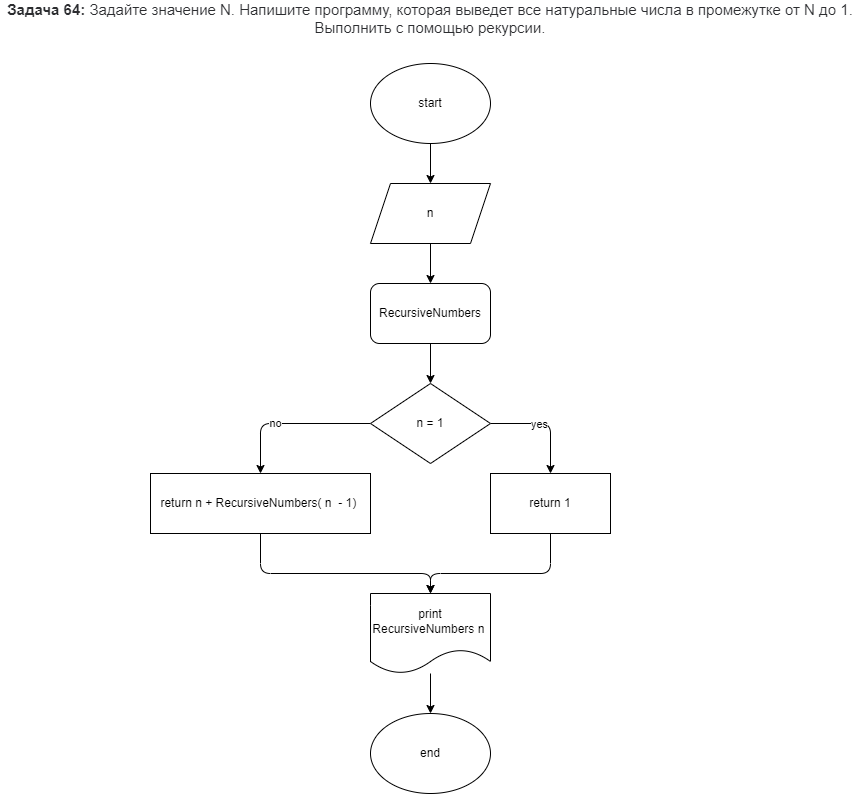
Above: Homework9/Task64/diagram.drawio.png in Matsulevich-Olga/gb_homeworks_matsulevich (draw.io), before the change. Source tidied: cells renumbered, new cells last; positions are measured from the earlier drawing's top-left corner, leaving out a move shared by most shapes. Its diagram source:
```xml
<mxGraphModel>
  <root>
    <mxCell id="0" />
    <mxCell id="1" parent="0" />
    <mxCell id="2" value="&lt;span style=&quot;box-sizing: border-box ; font-weight: 700 ; color: rgb(44 , 45 , 48) ; font-family: &amp;#34;roboto&amp;#34; , &amp;#34;san francisco&amp;#34; , &amp;#34;helvetica neue&amp;#34; , &amp;#34;helvetica&amp;#34; , &amp;#34;arial&amp;#34; ; font-size: 15px ; background-color: rgb(255 , 255 , 255)&quot;&gt;Задача 64:&lt;/span&gt;&lt;span style=&quot;color: rgb(44 , 45 , 48) ; font-family: &amp;#34;roboto&amp;#34; , &amp;#34;san francisco&amp;#34; , &amp;#34;helvetica neue&amp;#34; , &amp;#34;helvetica&amp;#34; , &amp;#34;arial&amp;#34; ; font-size: 15px ; background-color: rgb(255 , 255 , 255)&quot;&gt;&amp;nbsp;Задайте значение N. Напишите программу, которая выведет все натуральные числа в промежутке от N до 1. Выполнить с помощью рекурсии.&lt;/span&gt;" style="text;html=1;strokeColor=none;fillColor=none;align=center;verticalAlign=middle;whiteSpace=wrap;rounded=0;" parent="1" vertex="1">
      <mxGeometry width="860" height="30" as="geometry" />
    </mxCell>
    <mxCell id="3" style="edgeStyle=none;html=1;" parent="1" edge="1" source="4" target="6">
      <mxGeometry relative="1" as="geometry" />
    </mxCell>
    <mxCell id="4" value="start" style="ellipse;whiteSpace=wrap;html=1;" parent="1" vertex="1">
      <mxGeometry x="370" y="60" width="120" height="80" as="geometry" />
    </mxCell>
    <mxCell id="5" style="edgeStyle=none;html=1;" parent="1" edge="1" source="6" target="8">
      <mxGeometry relative="1" as="geometry" />
    </mxCell>
    <mxCell id="6" value="n" style="shape=parallelogram;perimeter=parallelogramPerimeter;whiteSpace=wrap;html=1;fixedSize=1;" parent="1" vertex="1">
      <mxGeometry x="370" y="180" width="120" height="60" as="geometry" />
    </mxCell>
    <mxCell id="7" style="edgeStyle=none;html=1;" parent="1" edge="1" source="8" target="13">
      <mxGeometry relative="1" as="geometry" />
    </mxCell>
    <mxCell id="8" value="RecursiveNumbers" style="rounded=1;whiteSpace=wrap;html=1;" parent="1" vertex="1">
      <mxGeometry x="370" y="280" width="120" height="60" as="geometry" />
    </mxCell>
    <mxCell id="9" style="edgeStyle=none;html=1;exitX=1;exitY=0.5;exitDx=0;exitDy=0;" parent="1" edge="1" source="13">
      <mxGeometry relative="1" as="geometry">
        <mxPoint x="550" y="470" as="targetPoint" />
        <Array as="points">
          <mxPoint x="550" y="420" />
        </Array>
      </mxGeometry>
    </mxCell>
    <mxCell id="10" value="yes" style="edgeLabel;html=1;align=center;verticalAlign=middle;" parent="9" vertex="1">
      <mxGeometry x="-0.11" relative="1" as="geometry" />
    </mxCell>
    <mxCell id="11" style="edgeStyle=none;html=1;exitX=0;exitY=0.5;exitDx=0;exitDy=0;entryX=0.5;entryY=0;entryDx=0;entryDy=0;" parent="1" edge="1" source="13" target="17">
      <mxGeometry relative="1" as="geometry">
        <Array as="points">
          <mxPoint x="260" y="420" />
        </Array>
      </mxGeometry>
    </mxCell>
    <mxCell id="12" value="no" style="edgeLabel;html=1;align=center;verticalAlign=middle;" parent="11" vertex="1">
      <mxGeometry x="0.2" y="2" relative="1" as="geometry">
        <mxPoint y="-3" as="offset" />
      </mxGeometry>
    </mxCell>
    <mxCell id="13" value="n = 1" style="rhombus;whiteSpace=wrap;html=1;" parent="1" vertex="1">
      <mxGeometry x="370" y="380" width="120" height="80" as="geometry" />
    </mxCell>
    <mxCell id="14" style="edgeStyle=none;html=1;exitX=0.5;exitY=1;exitDx=0;exitDy=0;" parent="1" edge="1" source="15">
      <mxGeometry relative="1" as="geometry">
        <mxPoint x="430" y="590" as="targetPoint" />
        <Array as="points">
          <mxPoint x="550" y="570" />
          <mxPoint x="430" y="570" />
        </Array>
      </mxGeometry>
    </mxCell>
    <mxCell id="15" value="return 1" style="rounded=0;whiteSpace=wrap;html=1;" parent="1" vertex="1">
      <mxGeometry x="490" y="470" width="120" height="60" as="geometry" />
    </mxCell>
    <mxCell id="16" style="edgeStyle=none;html=1;entryX=0.5;entryY=0;entryDx=0;entryDy=0;" parent="1" edge="1" source="17" target="19">
      <mxGeometry relative="1" as="geometry">
        <Array as="points">
          <mxPoint x="260" y="570" />
          <mxPoint x="430" y="570" />
        </Array>
      </mxGeometry>
    </mxCell>
    <mxCell id="17" value="return n + RecursiveNumbers( n&amp;nbsp; - 1)&amp;nbsp;" style="rounded=0;whiteSpace=wrap;html=1;" parent="1" vertex="1">
      <mxGeometry x="150" y="470" width="220" height="60" as="geometry" />
    </mxCell>
    <mxCell id="18" style="edgeStyle=none;html=1;" parent="1" edge="1" source="19" target="20">
      <mxGeometry relative="1" as="geometry" />
    </mxCell>
    <mxCell id="19" value="print RecursiveNumbers n&amp;nbsp;" style="shape=document;whiteSpace=wrap;html=1;boundedLbl=1;" parent="1" vertex="1">
      <mxGeometry x="370" y="590" width="120" height="80" as="geometry" />
    </mxCell>
    <mxCell id="20" value="end" style="ellipse;whiteSpace=wrap;html=1;" parent="1" vertex="1">
      <mxGeometry x="370" y="710" width="120" height="80" as="geometry" />
    </mxCell>
  </root>
</mxGraphModel>
```
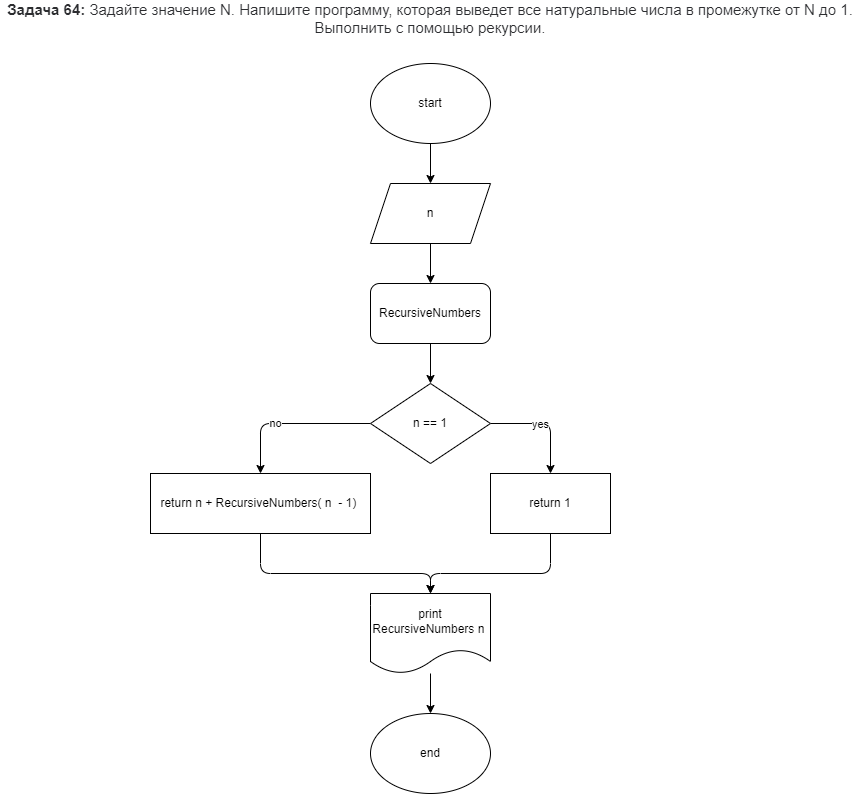
The same file after the commit.

The edit, as a diff of the source:
```diff
@@ -46,7 +46,7 @@
         <mxPoint y="-3" as="offset" />
       </mxGeometry>
     </mxCell>
-    <mxCell id="13" value="n = 1" style="rhombus;whiteSpace=wrap;html=1;" parent="1" vertex="1">
+    <mxCell id="13" value="n == 1" style="rhombus;whiteSpace=wrap;html=1;" parent="1" vertex="1">
       <mxGeometry x="370" y="380" width="120" height="80" as="geometry" />
     </mxCell>
     <mxCell id="14" style="edgeStyle=none;html=1;exitX=0.5;exitY=1;exitDx=0;exitDy=0;" parent="1" edge="1" source="15">
```
